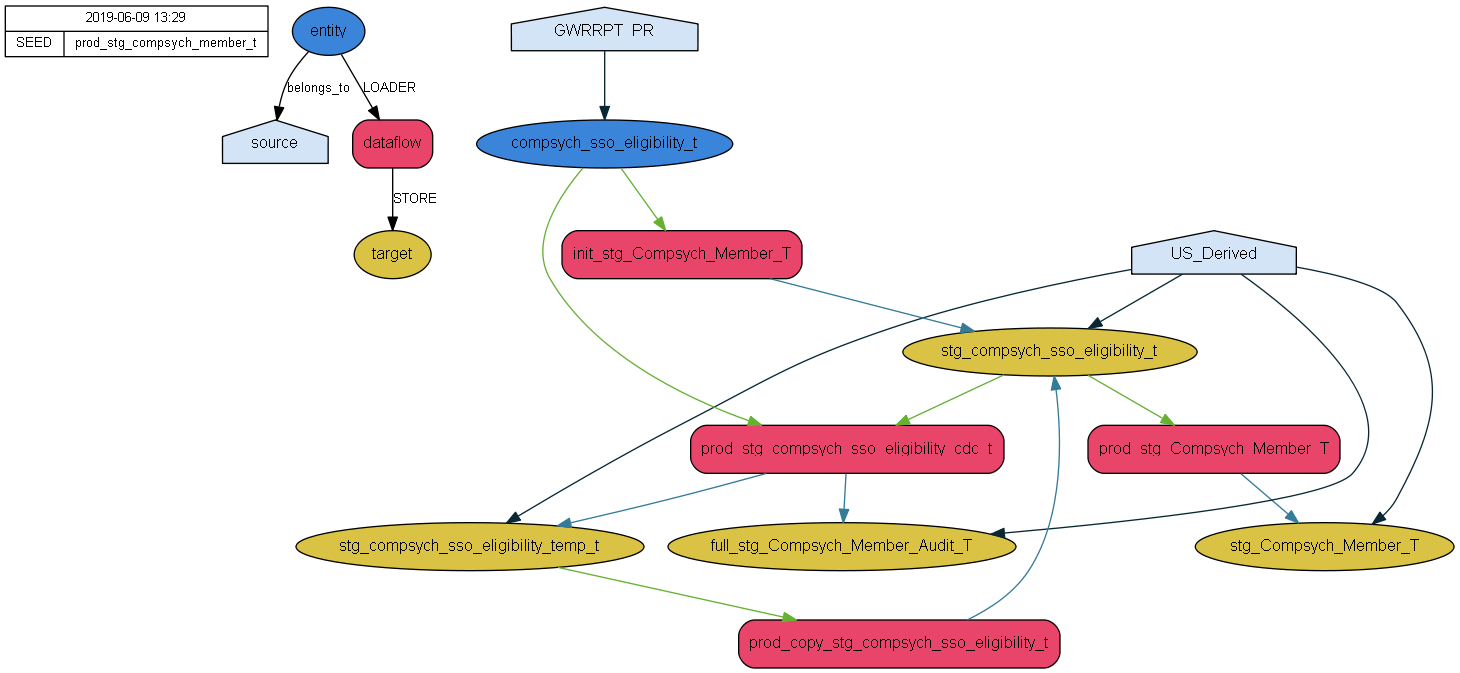
Earlier version of the Graphviz export prod_stg_compsych_member_t.png (maurice1408/podium-dataflow-dependency-tree). Its source is kept beside it as prod_stg_compsych_member_t.dot.
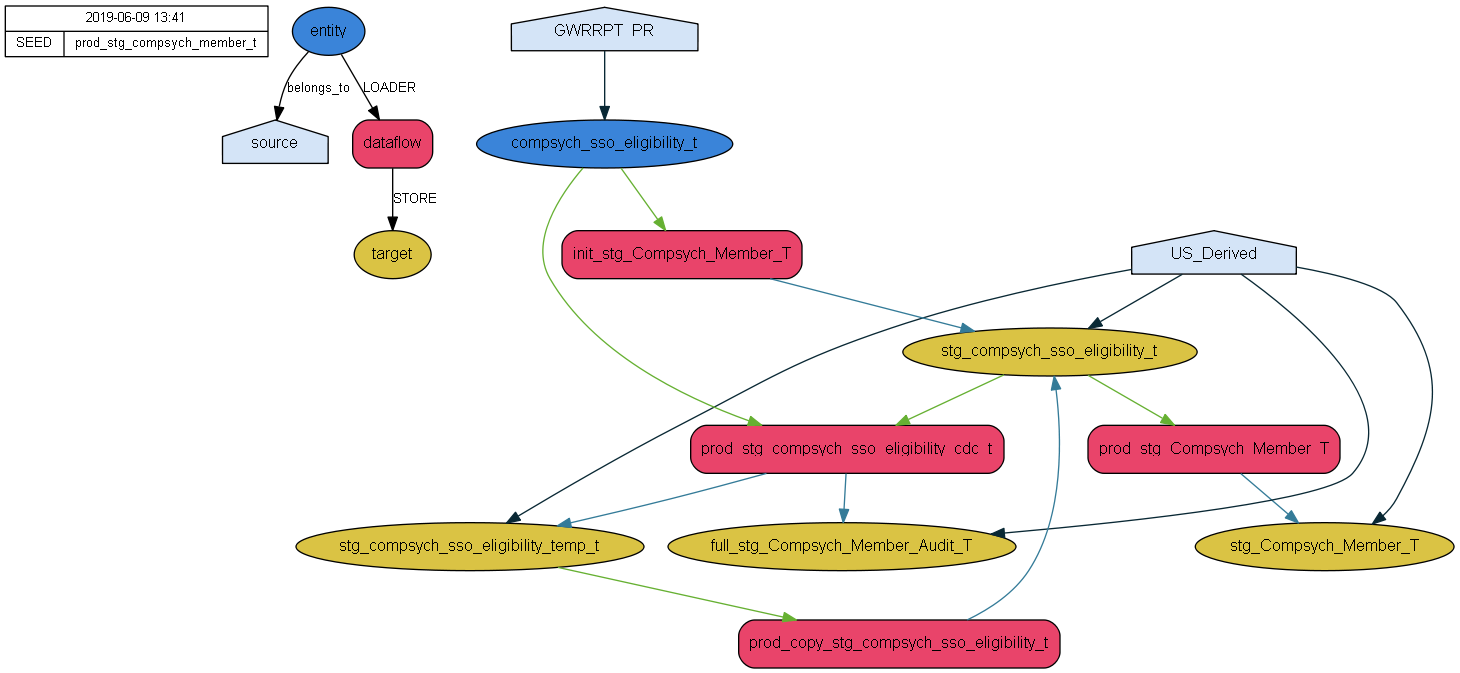
The same file after the commit.

The edit, as a diff of the source:
```diff
@@ -1,6 +1,6 @@
 strict digraph  {
 node [bgcolor="#ECF8B9", fontname=arial, fontsize=12];
-meta [fontname=arial, fontsize=10, label="{2019-06-09 13:29 | {<f0> SEED | <f1> prod_stg_compsych_member_t}}", shape=record];
+meta [fontname=arial, fontsize=10, label="{2019-06-09 13:41 | {<f0> SEED | <f1> prod_stg_compsych_member_t}}", shape=record];
 source [fillcolor="#D4E4F7", shape=house, style=filled];
 entity [fillcolor="#3A84D9", shape=ellipse, style=filled];
 dataflow [fillcolor="#E9446A", shape=box, style="filled,rounded"];
```
